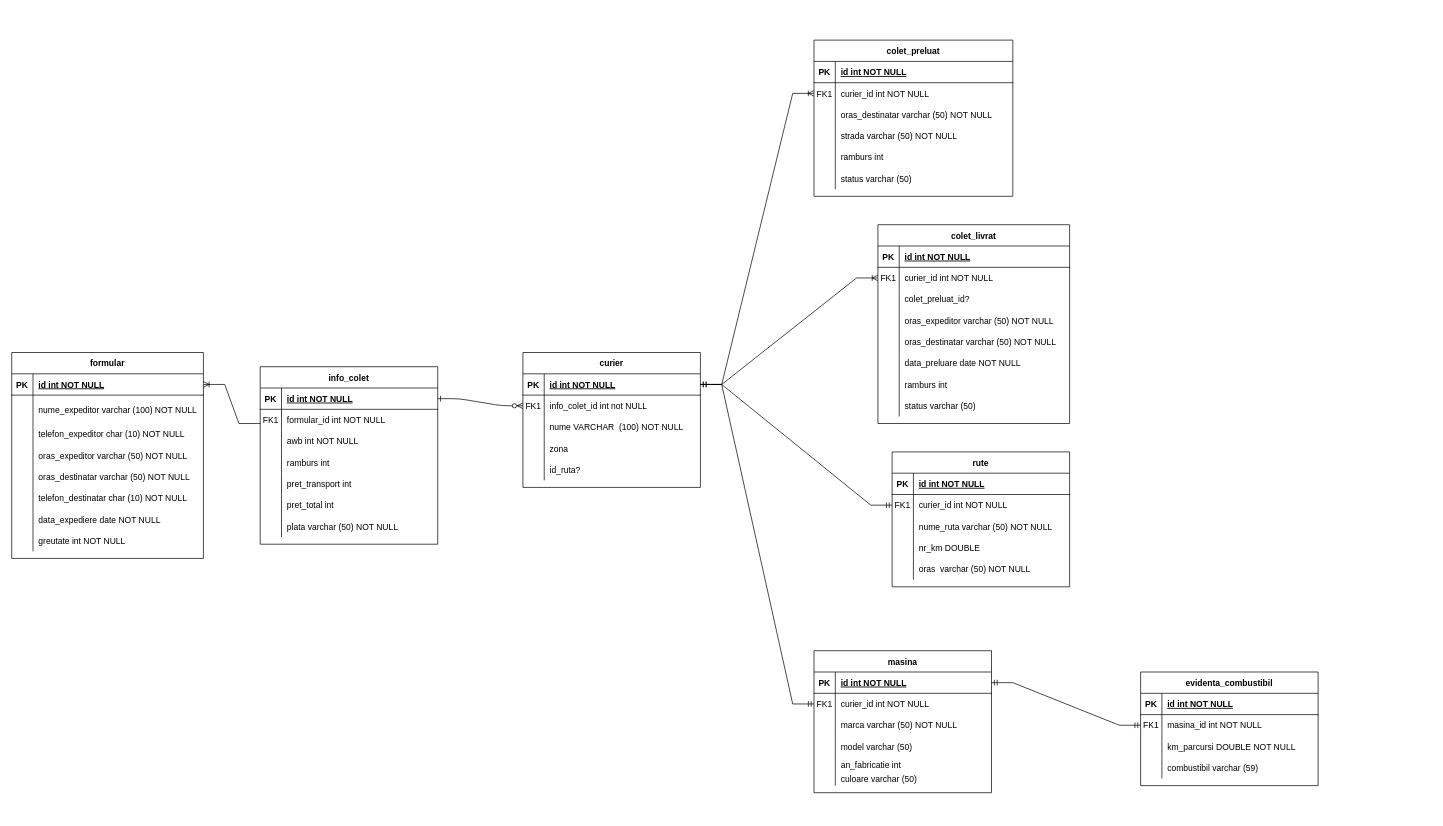
Above: Examen.drawio in AndreeaRusanda/examen_sem1_db (draw.io), before the change. Source tidied: cells renumbered, new cells numbered last; positions are measured from the earlier drawing's top-left corner, leaving out a move shared by most shapes. Both pictures are drawn from the tidied source at 71%, with x=0, y=0 at pixel (11, 40).
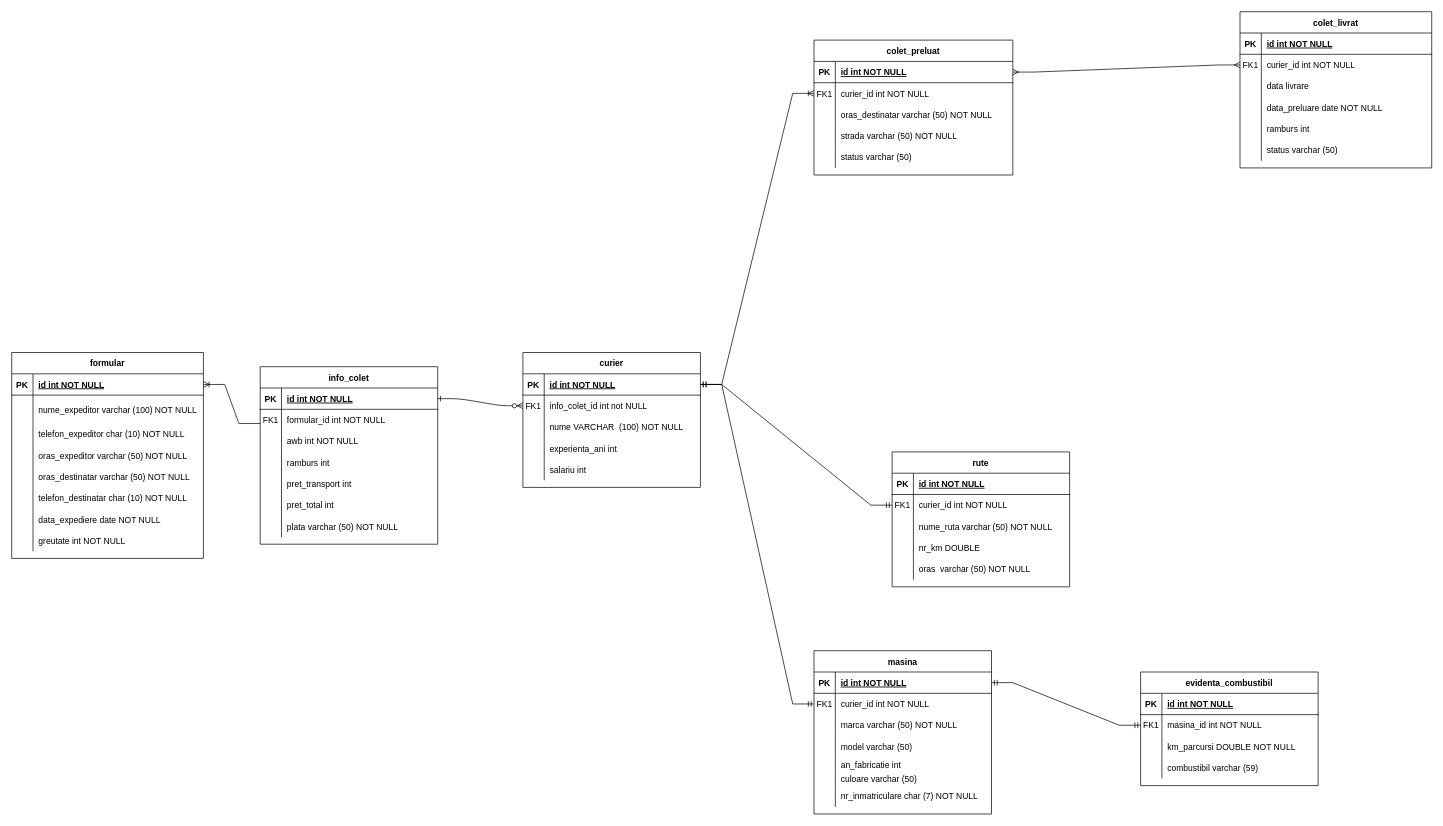
After the change.

The change refers to these unchanged cells:
```xml
<mxCell id="26" style="shape=partialRectangle;fillColor=none;points=[[0,0.5],[1,0.5]];portConstraint=eastwest;top=0;left=0;right=0;bottom=1;" parent="25" vertex="1">
  <mxGeometry y="30" width="280" height="30" as="geometry" />
</mxCell>
<mxCell id="73" style="shape=partialRectangle;fillColor=none;points=[[0,0.5],[1,0.5]];portConstraint=eastwest;top=0;left=0;right=0;bottom=0;" parent="69" vertex="1">
  <mxGeometry y="60" width="270" height="30" as="geometry" />
</mxCell>
<mxCell id="127" style="shape=partialRectangle;fillColor=none;points=[[0,0.5],[1,0.5]];portConstraint=eastwest;top=0;left=0;right=0;bottom=1;" parent="126" vertex="1">
  <mxGeometry y="30" width="250" height="30" as="geometry" />
</mxCell>
<mxCell id="136" style="shape=partialRectangle;fillColor=none;top=0;left=0;right=0;bottom=0;" parent="126" vertex="1">
  <mxGeometry y="120" width="250" height="30" as="geometry" />
</mxCell>
<mxCell id="139" style="shape=partialRectangle;fillColor=none;top=0;left=0;right=0;bottom=0;" parent="126" vertex="1">
  <mxGeometry y="150" width="250" height="30" as="geometry" />
</mxCell>
```

The edit, as a diff of the source:
```diff
@@
     <mxCell id="25" value="colet_preluat" style="shape=table;startSize=30;childLayout=tableLayout;rowLines=0;fontStyle=1;align=center;" parent="1" vertex="1">
-      <mxGeometry x="1130" width="280" height="220" as="geometry" />
+      <mxGeometry x="1130" width="280" height="190" as="geometry" />
     </mxCell>
@@
-    <mxCell id="38" style="shape=partialRectangle;fillColor=none;top=0;left=0;right=0;bottom=0;" parent="25" vertex="1">
-      <mxGeometry y="150" width="280" height="30" as="geometry" />
-    </mxCell>
-    <mxCell id="39" style="shape=partialRectangle;overflow=hidden;fillColor=none;top=0;left=0;bottom=0;right=0;" parent="38" vertex="1">
-      <mxGeometry width="30" height="30" as="geometry" />
-    </mxCell>
-    <mxCell id="40" value="ramburs int " style="shape=partialRectangle;overflow=hidden;fillColor=none;top=0;left=0;bottom=0;right=0;align=left;spacingLeft=6;" parent="38" vertex="1">
-      <mxGeometry x="30" width="250" height="30" as="geometry" />
-    </mxCell>
     <mxCell id="41" style="shape=partialRectangle;fillColor=none;top=0;left=0;right=0;bottom=0;" parent="25" vertex="1">
-      <mxGeometry y="180" width="280" height="30" as="geometry" />
+      <mxGeometry y="150" width="280" height="30" as="geometry" />
     </mxCell>
@@
     <mxCell id="69" value="colet_livrat" style="shape=table;startSize=30;childLayout=tableLayout;rowLines=0;fontStyle=1;align=center;" parent="1" vertex="1">
-      <mxGeometry x="1220" y="260" width="270" height="280" as="geometry" />
+      <mxGeometry x="1730" y="-40" width="270" height="220" as="geometry" />
     </mxCell>
@@
-    <mxCell id="76" style="shape=partialRectangle;fillColor=none;top=0;left=0;right=0;bottom=0;" parent="69" vertex="1">
-      <mxGeometry y="90" width="270" height="30" as="geometry" />
-    </mxCell>
-    <mxCell id="77" style="shape=partialRectangle;overflow=hidden;fillColor=none;top=0;left=0;bottom=0;right=0;" parent="76" vertex="1">
-      <mxGeometry width="30" height="30" as="geometry" />
-    </mxCell>
-    <mxCell id="78" value="colet_preluat_id?" style="shape=partialRectangle;overflow=hidden;fillColor=none;top=0;left=0;bottom=0;right=0;align=left;spacingLeft=6;" parent="76" vertex="1">
-      <mxGeometry x="30" width="240" height="30" as="geometry" />
-    </mxCell>
-    <mxCell id="79" style="shape=partialRectangle;fillColor=none;top=0;left=0;right=0;bottom=0;" parent="69" vertex="1">
-      <mxGeometry y="120" width="270" height="30" as="geometry" />
-    </mxCell>
-    <mxCell id="80" style="shape=partialRectangle;overflow=hidden;fillColor=none;top=0;left=0;bottom=0;right=0;" parent="79" vertex="1">
-      <mxGeometry width="30" height="30" as="geometry" />
-    </mxCell>
-    <mxCell id="81" value="oras_expeditor varchar (50) NOT NULL" style="shape=partialRectangle;overflow=hidden;fillColor=none;top=0;left=0;bottom=0;right=0;align=left;spacingLeft=6;" parent="79" vertex="1">
-      <mxGeometry x="30" width="240" height="30" as="geometry" />
-    </mxCell>
     <mxCell id="82" style="shape=partialRectangle;fillColor=none;top=0;left=0;right=0;bottom=0;" parent="69" vertex="1">
-      <mxGeometry y="150" width="270" height="30" as="geometry" />
+      <mxGeometry y="90" width="270" height="30" as="geometry" />
     </mxCell>
@@
-    <mxCell id="84" value="oras_destinatar varchar (50) NOT NULL" style="shape=partialRectangle;overflow=hidden;fillColor=none;top=0;left=0;bottom=0;right=0;align=left;spacingLeft=6;" parent="82" vertex="1">
+    <mxCell id="84" value="data livrare" style="shape=partialRectangle;overflow=hidden;fillColor=none;top=0;left=0;bottom=0;right=0;align=left;spacingLeft=6;" parent="82" vertex="1">
       <mxGeometry x="30" width="240" height="30" as="geometry" />
     </mxCell>
     <mxCell id="85" style="shape=partialRectangle;fillColor=none;top=0;left=0;right=0;bottom=0;" parent="69" vertex="1">
-      <mxGeometry y="180" width="270" height="30" as="geometry" />
+      <mxGeometry y="120" width="270" height="30" as="geometry" />
     </mxCell>
@@
     <mxCell id="88" style="shape=partialRectangle;fillColor=none;top=0;left=0;right=0;bottom=0;" parent="69" vertex="1">
-      <mxGeometry y="210" width="270" height="30" as="geometry" />
+      <mxGeometry y="150" width="270" height="30" as="geometry" />
     </mxCell>
@@
     <mxCell id="91" style="shape=partialRectangle;fillColor=none;top=0;left=0;right=0;bottom=0;" parent="69" vertex="1">
-      <mxGeometry y="240" width="270" height="30" as="geometry" />
+      <mxGeometry y="180" width="270" height="30" as="geometry" />
     </mxCell>
@@
     <mxCell id="107" value="masina" style="shape=table;startSize=30;childLayout=tableLayout;rowLines=0;fontStyle=1;align=center;" parent="1" vertex="1">
-      <mxGeometry x="1130" y="860" width="250" height="200" as="geometry" />
+      <mxGeometry x="1130" y="860" width="250" height="230" as="geometry" />
     </mxCell>
@@
+    <mxCell id="164" style="shape=partialRectangle;fillColor=none;top=0;left=0;right=0;bottom=0;" parent="107" vertex="1">
+      <mxGeometry y="190" width="250" height="30" as="geometry" />
+    </mxCell>
+    <mxCell id="165" style="shape=partialRectangle;overflow=hidden;fillColor=none;top=0;left=0;bottom=0;right=0;" parent="164" vertex="1">
+      <mxGeometry width="30" height="30" as="geometry" />
+    </mxCell>
+    <mxCell id="166" value="nr_inmatriculare char (7) NOT NULL" style="shape=partialRectangle;overflow=hidden;fillColor=none;top=0;left=0;bottom=0;right=0;align=left;spacingLeft=6;" parent="164" vertex="1">
+      <mxGeometry x="30" width="220" height="30" as="geometry" />
+    </mxCell>
@@
-    <mxCell id="138" value="zona" style="shape=partialRectangle;overflow=hidden;fillColor=none;top=0;left=0;bottom=0;right=0;align=left;spacingLeft=6;" parent="136" vertex="1">
+    <mxCell id="138" value="experienta_ani int" style="shape=partialRectangle;overflow=hidden;fillColor=none;top=0;left=0;bottom=0;right=0;align=left;spacingLeft=6;" parent="136" vertex="1">
       <mxGeometry x="30" width="220" height="30" as="geometry" />
     </mxCell>
@@
-    <mxCell id="141" value="id_ruta?" style="shape=partialRectangle;overflow=hidden;fillColor=none;top=0;left=0;bottom=0;right=0;align=left;spacingLeft=6;" parent="139" vertex="1">
+    <mxCell id="141" value="salariu int" style="shape=partialRectangle;overflow=hidden;fillColor=none;top=0;left=0;bottom=0;right=0;align=left;spacingLeft=6;" parent="139" vertex="1">
       <mxGeometry x="30" width="220" height="30" as="geometry" />
     </mxCell>
@@
-    <mxCell id="162" style="edgeStyle=entityRelationEdgeStyle;fontSize=12;html=1;endArrow=ERoneToMany;rounded=0;" parent="1" edge="1" source="127" target="73">
-      <mxGeometry relative="1" as="geometry" />
-    </mxCell>
@@
+    <mxCell id="167" style="edgeStyle=entityRelationEdgeStyle;fontSize=12;html=1;endArrow=ERmany;startArrow=ERmany;rounded=0;" parent="1" edge="1" source="26" target="73">
+      <mxGeometry relative="1" as="geometry" />
+    </mxCell>
```
